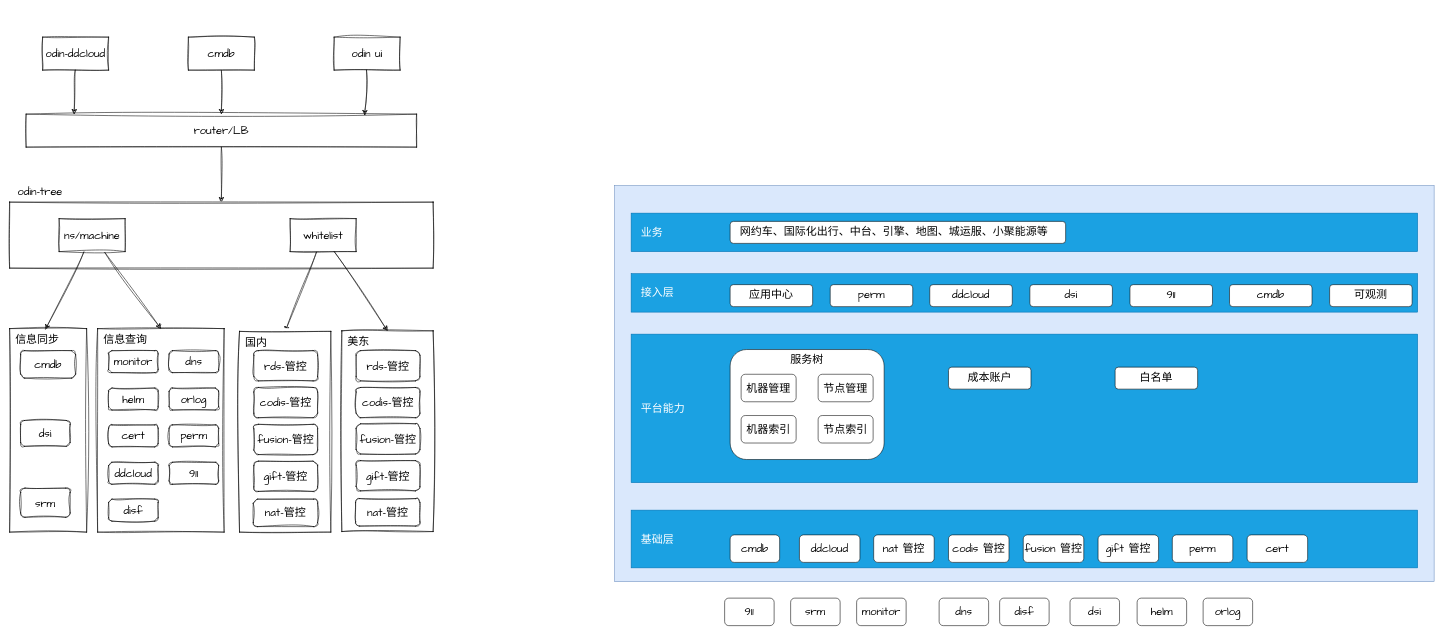
The draw.io diagram page "业务逻辑" (10 of 11) of wtree.drawio in yubo/draw, before the edit. Source tidied: cells renumbered, new cells numbered last; positions are measured from the earlier drawing's top-left corner, leaving out a move shared by most shapes. Both pictures are drawn from the tidied source at 55%, with x=0, y=0 at pixel (9, 37).
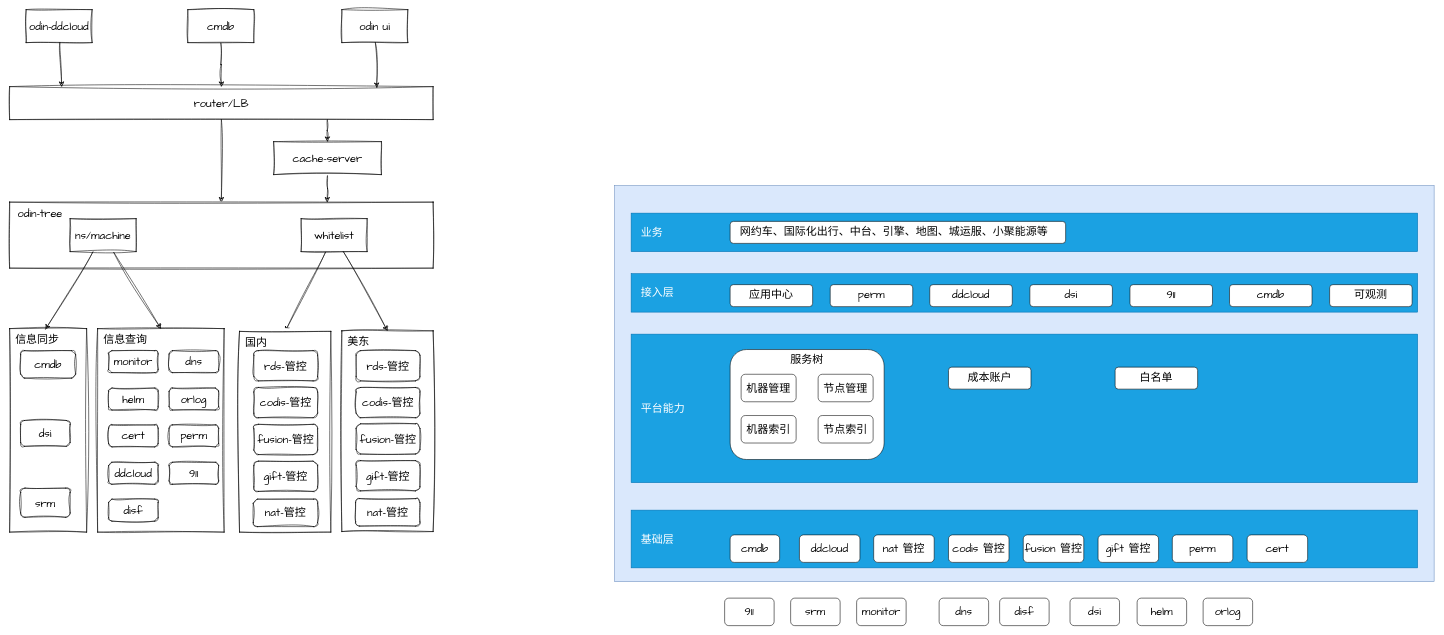
Above is the later version.

Unchanged cells that the change refers to:
```xml
<mxCell id="18" style="swimlane;startSize=0;sketch=1;hachureGap=4;jiggle=2;curveFitting=1;fontFamily=Architects Daughter;fontSize=20;" parent="1" vertex="1">
  <mxGeometry y="300" width="770" height="120" as="geometry" />
</mxCell>
```

Change to the diagram source:
```diff
@@
     <mxCell id="2" value="odin ui" style="rounded=0;whiteSpace=wrap;html=1;sketch=1;hachureGap=4;jiggle=2;curveFitting=1;fontFamily=Architects Daughter;fontSize=20;" parent="1" vertex="1">
-      <mxGeometry x="590" width="120" height="60" as="geometry" />
+      <mxGeometry x="604" y="-50" width="120" height="60" as="geometry" />
     </mxCell>
@@
+    <mxCell id="84" style="edgeStyle=orthogonalEdgeStyle;rounded=0;sketch=1;hachureGap=4;jiggle=2;curveFitting=1;jettySize=auto;html=1;exitX=0.75;exitY=1;exitDx=0;exitDy=0;" parent="1" edge="1" source="4" target="86">
+      <mxGeometry relative="1" as="geometry" />
+    </mxCell>
     <mxCell id="4" value="router/LB" style="rounded=0;whiteSpace=wrap;html=1;sketch=1;hachureGap=4;jiggle=2;curveFitting=1;fontFamily=Architects Daughter;fontSize=20;" parent="1" vertex="1">
-      <mxGeometry x="30" y="140" width="710" height="60" as="geometry" />
+      <mxGeometry y="90" width="770" height="60" as="geometry" />
     </mxCell>
     <mxCell id="5" value="odin-ddcloud" style="rounded=0;whiteSpace=wrap;html=1;sketch=1;hachureGap=4;jiggle=2;curveFitting=1;fontFamily=Architects Daughter;fontSize=20;" parent="1" vertex="1">
-      <mxGeometry x="60" width="120" height="60" as="geometry" />
+      <mxGeometry x="30" y="-50" width="120" height="60" as="geometry" />
     </mxCell>
@@
     <mxCell id="7" value="cmdb" style="rounded=0;whiteSpace=wrap;html=1;sketch=1;hachureGap=4;jiggle=2;curveFitting=1;fontFamily=Architects Daughter;fontSize=20;" parent="1" vertex="1">
-      <mxGeometry x="325" width="120" height="60" as="geometry" />
+      <mxGeometry x="324" y="-50" width="120" height="60" as="geometry" />
     </mxCell>
@@
-    <mxCell id="12" value="ns/machine" style="rounded=0;whiteSpace=wrap;html=1;sketch=1;hachureGap=4;jiggle=2;curveFitting=1;fontFamily=Architects Daughter;fontSize=20;" parent="1" vertex="1">
-      <mxGeometry x="90" y="330" width="120" height="60" as="geometry" />
-    </mxCell>
@@
     <mxCell id="19" value="whitelist" style="rounded=0;whiteSpace=wrap;html=1;sketch=1;hachureGap=4;jiggle=2;curveFitting=1;fontFamily=Architects Daughter;fontSize=20;" parent="18" vertex="1">
-      <mxGeometry x="510" y="30" width="120" height="60" as="geometry" />
+      <mxGeometry x="530" y="30" width="120" height="60" as="geometry" />
     </mxCell>
-    <mxCell id="20" value="odin-tree" style="text;html=1;align=center;verticalAlign=middle;strokeColor=none;fillColor=none;fontSize=20;fontFamily=Architects Daughter;" parent="1" vertex="1">
-      <mxGeometry y="260" width="110" height="40" as="geometry" />
+    <mxCell id="20" value="odin-tree" style="text;html=1;align=center;verticalAlign=middle;strokeColor=none;fillColor=none;fontSize=20;fontFamily=Architects Daughter;" parent="18" vertex="1">
+      <mxGeometry width="110" height="40" as="geometry" />
     </mxCell>
+    <mxCell id="12" value="ns/machine" style="rounded=0;whiteSpace=wrap;html=1;sketch=1;hachureGap=4;jiggle=2;curveFitting=1;fontFamily=Architects Daughter;fontSize=20;" parent="18" vertex="1">
+      <mxGeometry x="110" y="30" width="120" height="60" as="geometry" />
+    </mxCell>
@@
+    <mxCell id="85" style="edgeStyle=orthogonalEdgeStyle;rounded=0;sketch=1;hachureGap=4;jiggle=2;curveFitting=1;jettySize=auto;html=1;entryX=0.75;entryY=0;entryDx=0;entryDy=0;" parent="1" edge="1" source="86" target="18">
+      <mxGeometry relative="1" as="geometry" />
+    </mxCell>
+    <mxCell id="86" value="cache-server" style="rounded=0;whiteSpace=wrap;html=1;sketch=1;hachureGap=4;jiggle=2;curveFitting=1;fontFamily=Architects Daughter;fontSize=20;" parent="1" vertex="1">
+      <mxGeometry x="480" y="190" width="196" height="60" as="geometry" />
+    </mxCell>
```
